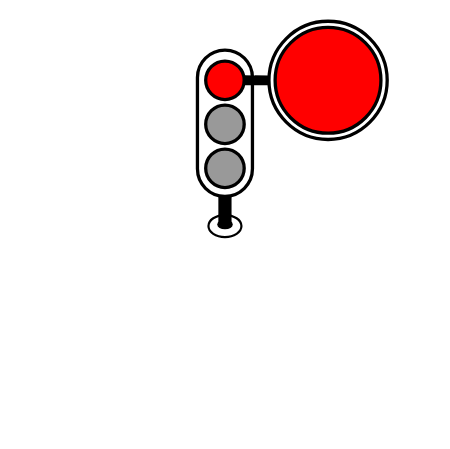
The draw.io diagram assets/images/trafficlight-red-countdown.drawio in priobike/priobike-flutter-app, before the edit. Source tidied: cells renumbered, new cells numbered last; positions are measured from the earlier drawing's top-left corner, leaving out a move shared by most shapes. Both pictures are drawn from the tidied source at 110%, with x=0, y=0 at pixel (197, 21).
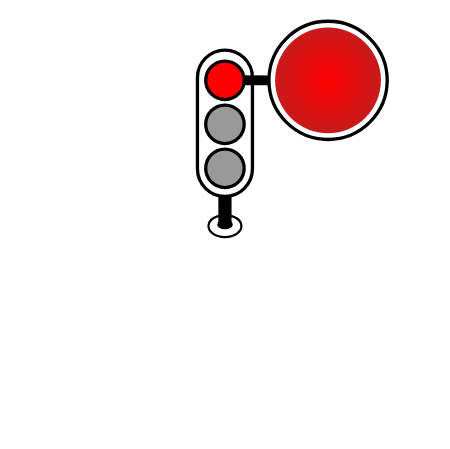
The same diagram, later.

What changed in the source:
```diff
@@
 <mxGraphModel>
   <root>
     <mxCell id="0" />
     <mxCell id="1" parent="0" />
+    <mxCell id="12" style="whiteSpace=wrap;html=1;fillColor=none;strokeColor=none;" parent="1" vertex="1">
+      <mxGeometry x="-162.9" y="-3.4" width="375.8" height="375.8" as="geometry" />
+    </mxCell>
     <mxCell id="2" style="rounded=1;whiteSpace=wrap;html=1;perimeterSpacing=0;arcSize=50;strokeWidth=3;" parent="1" vertex="1">
       <mxGeometry y="26" width="50" height="133" as="geometry" />
     </mxCell>
     <mxCell id="3" style="ellipse;whiteSpace=wrap;html=1;fillColor=#FF0000;fontColor=#333333;strokeColor=#000000;strokeWidth=3;" parent="1" vertex="1">
       <mxGeometry x="7.5" y="36" width="35" height="35" as="geometry" />
     </mxCell>
     <mxCell id="4" style="ellipse;whiteSpace=wrap;html=1;fillColor=#999999;fontColor=#333333;strokeColor=#000000;strokeWidth=3;" parent="1" vertex="1">
       <mxGeometry x="7.5" y="76" width="35" height="35" as="geometry" />
     </mxCell>
     <mxCell id="5" style="ellipse;whiteSpace=wrap;html=1;fillColor=#999999;fontColor=#333333;strokeColor=#000000;strokeWidth=3;shadow=0;" parent="1" vertex="1">
       <mxGeometry x="7.5" y="116" width="35" height="35" as="geometry" />
     </mxCell>
     <mxCell id="6" style="ellipse;whiteSpace=wrap;html=1;shadow=0;gradientDirection=radial;strokeWidth=3;" parent="1" vertex="1">
       <mxGeometry x="65" y="-0.2" width="107.5" height="107.5" as="geometry" />
     </mxCell>
     <mxCell id="7" style="endArrow=none;html=1;rounded=0;strokeWidth=9;" parent="1" edge="1" source="3" target="6">
       <mxGeometry relative="1" as="geometry" />
     </mxCell>
-    <mxCell id="8" style="ellipse;whiteSpace=wrap;html=1;shadow=0;fillColor=#FF0000;gradientColor=none;gradientDirection=radial;strokeWidth=3;" parent="1" vertex="1">
+    <mxCell id="8" style="ellipse;whiteSpace=wrap;html=1;shadow=0;fillColor=#FF0000;gradientColor=#C71A1A;gradientDirection=radial;strokeWidth=3;strokeColor=none;" parent="1" vertex="1">
       <mxGeometry x="70.6" y="5.4" width="96.2" height="96.2" as="geometry" />
     </mxCell>
     <mxCell id="9" style="ellipse;whiteSpace=wrap;html=1;strokeWidth=2;" parent="1" vertex="1">
       <mxGeometry x="10" y="176" width="30" height="20" as="geometry" />
     </mxCell>
     <mxCell id="10" style="ellipse;whiteSpace=wrap;html=1;strokeWidth=3;strokeColor=none;fillColor=#000000;" parent="1" vertex="1">
       <mxGeometry x="18" y="180" width="14.1" height="9" as="geometry" />
     </mxCell>
     <mxCell id="11" style="endArrow=none;html=1;rounded=0;exitX=0.5;exitY=1;exitDx=0;exitDy=0;strokeWidth=12;" parent="1" edge="1" source="2">
       <mxGeometry relative="1" as="geometry">
         <mxPoint x="25" y="186" as="targetPoint" />
       </mxGeometry>
     </mxCell>
   </root>
 </mxGraphModel>
```
